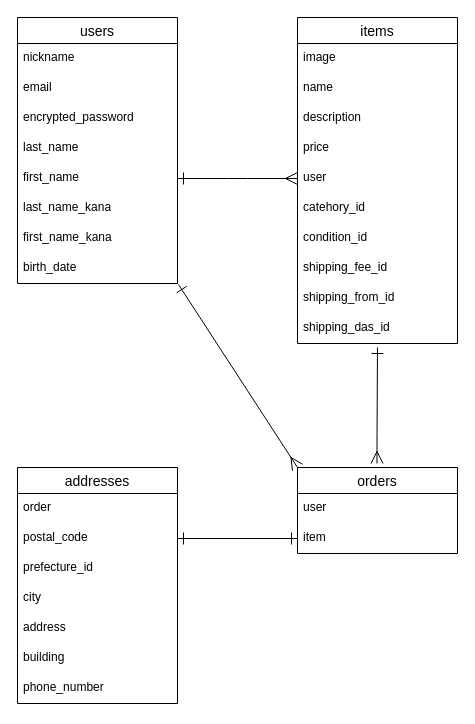
takuya20221023/furima-41694 keeps this draw.io diagram as test.dio. Above is the earlier version. Source tidied: cells renumbered, new cells numbered last; positions are measured from the earlier drawing's top-left corner, leaving out a move shared by most shapes. Both pictures are drawn from the tidied source at 100%, with x=0, y=0 at pixel (17, 17).
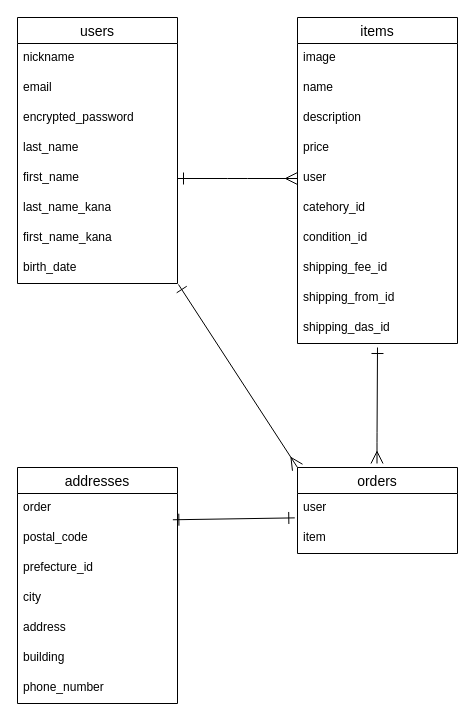
Above is the later version.

The change refers to these unchanged cells:
```xml
<mxCell id="23" value="user" style="text;strokeColor=none;fillColor=none;spacingLeft=4;spacingRight=4;overflow=hidden;points=[[0,0.5],[1,0.5]];portConstraint=eastwest;fontSize=12;whiteSpace=wrap;html=1;" parent="22" vertex="1">
  <mxGeometry y="26" width="160" height="30" as="geometry" />
</mxCell>
<mxCell id="24" value="item" style="text;strokeColor=none;fillColor=none;spacingLeft=4;spacingRight=4;overflow=hidden;points=[[0,0.5],[1,0.5]];portConstraint=eastwest;fontSize=12;whiteSpace=wrap;html=1;" parent="22" vertex="1">
  <mxGeometry y="56" width="160" height="30" as="geometry" />
</mxCell>
<mxCell id="26" value="order" style="text;strokeColor=none;fillColor=none;spacingLeft=4;spacingRight=4;overflow=hidden;points=[[0,0.5],[1,0.5]];portConstraint=eastwest;fontSize=12;whiteSpace=wrap;html=1;" parent="25" vertex="1">
  <mxGeometry y="26" width="160" height="30" as="geometry" />
</mxCell>
<mxCell id="27" value="postal_code" style="text;strokeColor=none;fillColor=none;spacingLeft=4;spacingRight=4;overflow=hidden;points=[[0,0.5],[1,0.5]];portConstraint=eastwest;fontSize=12;whiteSpace=wrap;html=1;" parent="25" vertex="1">
  <mxGeometry y="56" width="160" height="30" as="geometry" />
</mxCell>
```

The edit, as a diff of the source:
```diff
@@
-    <mxCell id="34" style="edgeStyle=none;html=1;exitX=0;exitY=0.5;exitDx=0;exitDy=0;entryX=1;entryY=0.5;entryDx=0;entryDy=0;startArrow=ERone;startFill=0;endArrow=ERone;endFill=0;endSize=10;startSize=10;" parent="1" edge="1" source="24" target="27">
+    <mxCell id="34" style="edgeStyle=none;html=1;exitX=-0.017;exitY=0.813;exitDx=0;exitDy=0;entryX=0.971;entryY=0.876;entryDx=0;entryDy=0;startArrow=ERone;startFill=0;endArrow=ERone;endFill=0;endSize=10;startSize=10;entryPerimeter=0;exitPerimeter=0;" parent="1" edge="1" source="23" target="26">
       <mxGeometry relative="1" as="geometry" />
     </mxCell>
```
